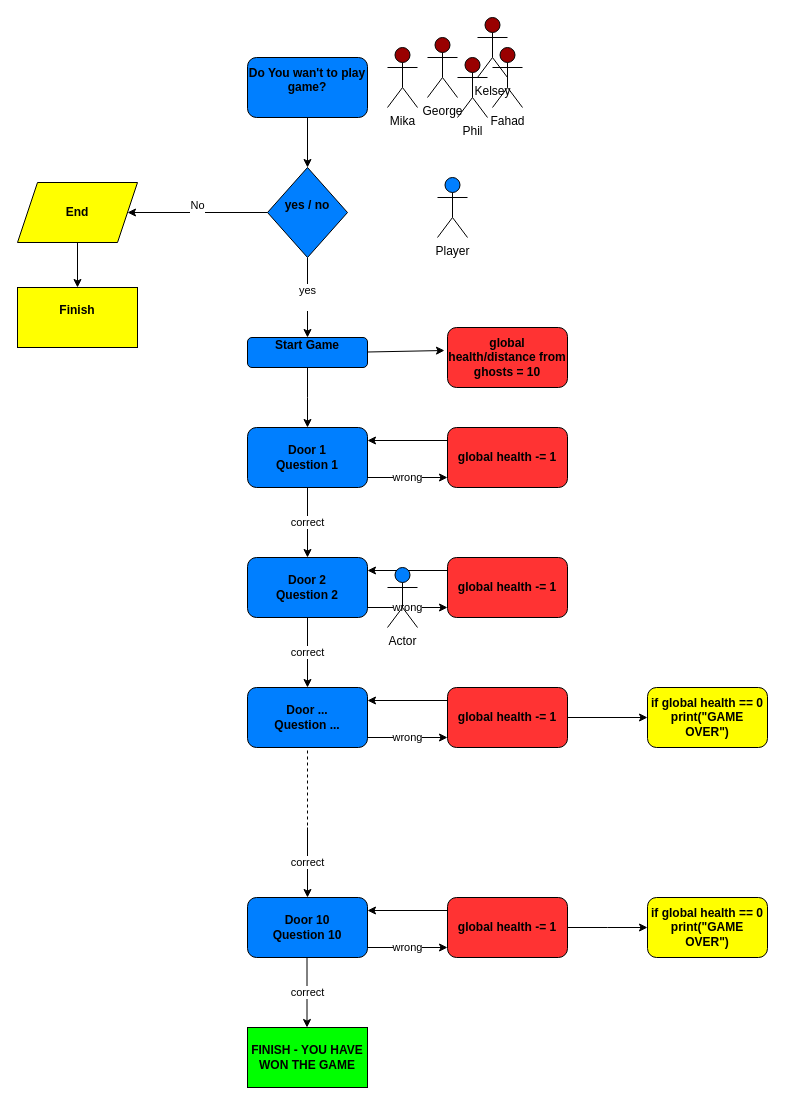
Earlier version of the draw.io diagram first_flowchart.drawio (kelsi0/Game). Source tidied: cells renumbered, new cells numbered last; positions are measured from the earlier drawing's top-left corner, leaving out a move shared by most shapes. Both pictures are drawn from the tidied source at 100%, with x=0, y=0 at pixel (17, 17).
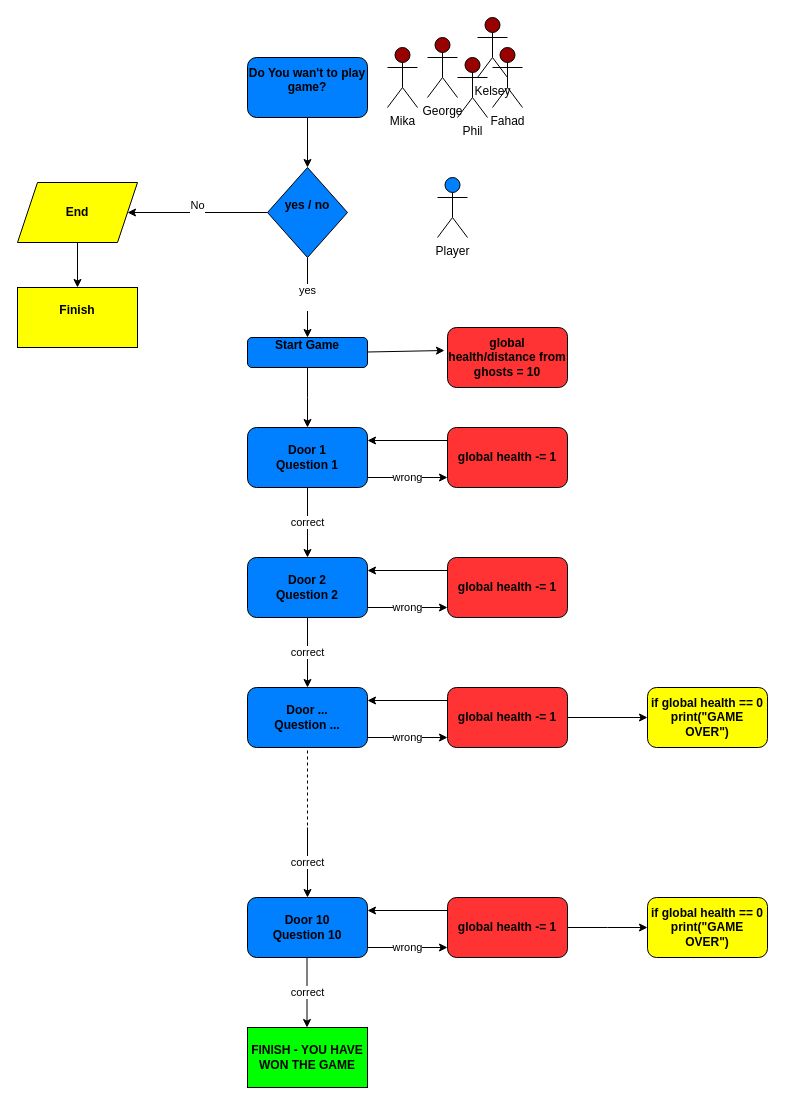
The same page after the edit.

Diff of the diagram source:
```diff
@@
-    <mxCell id="42" value="Actor" style="shape=umlActor;verticalLabelPosition=bottom;verticalAlign=top;html=1;fillColor=#007FFF;" parent="1" vertex="1">
-      <mxGeometry x="370" y="550" width="30" height="60" as="geometry" />
-    </mxCell>
```
